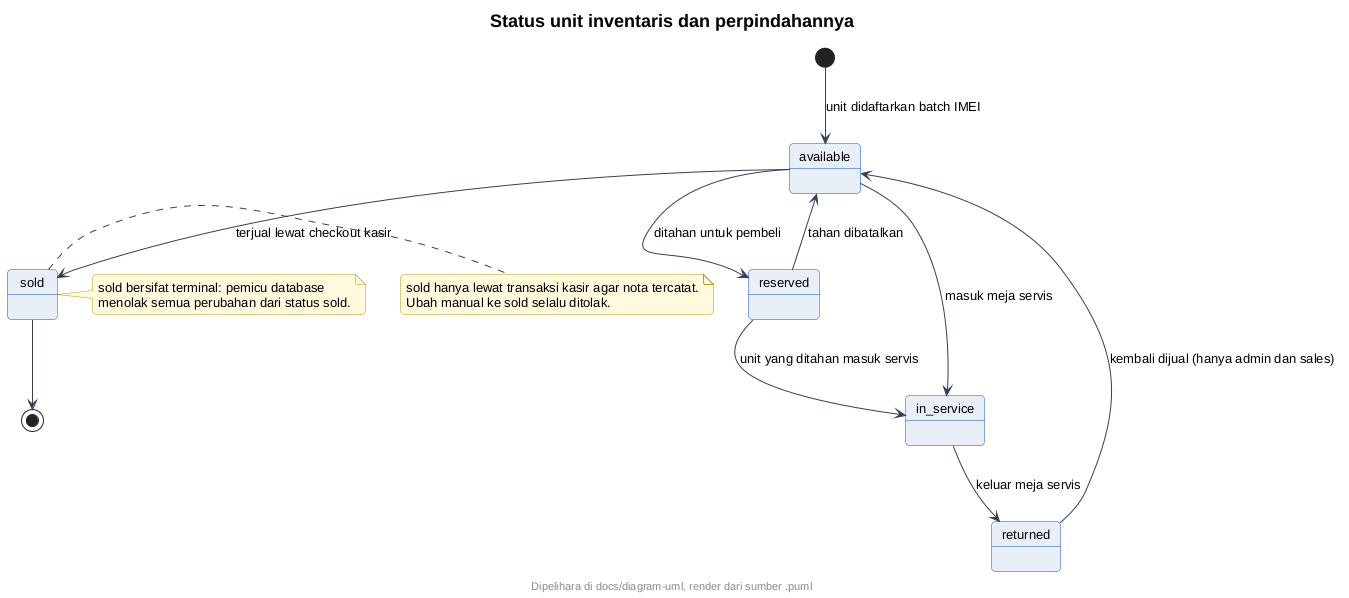
Above: docs/diagram-uml/bersama/state-status-unit.png in neiaki/KP (PlantUML), before the change. The source it was exported from:
```plantuml
@startuml
skinparam backgroundColor #FFFFFF
skinparam shadowing false
skinparam roundcorner 8
skinparam defaultFontName sans-serif
skinparam defaultFontSize 13
skinparam titleFontSize 18
skinparam titleFontStyle bold
skinparam headerFontSize 11
skinparam footerFontSize 11
skinparam noteBackgroundColor #FFF8DC
skinparam noteBorderColor #B89B00
skinparam actorBackgroundColor #E8EEF7
skinparam actorBorderColor #0B4ED8
skinparam participantBackgroundColor #E8EEF7
skinparam participantBorderColor #0B4ED8
skinparam usecaseBackgroundColor #E8EEF7
skinparam usecaseBorderColor #0B4ED8
skinparam classBackgroundColor #E8EEF7
skinparam classBorderColor #0B4ED8
skinparam objectBackgroundColor #EEF3FA
skinparam objectBorderColor #0B4ED8
skinparam activityBackgroundColor #E8EEF7
skinparam activityBorderColor #0B4ED8
skinparam activityDiamondBackgroundColor #FFFFFF
skinparam activityDiamondBorderColor #0B4ED8
skinparam stateBackgroundColor #E8EEF7
skinparam stateBorderColor #0B4ED8
skinparam stateStartColor #0B4ED8
skinparam stateEndColor #0B4ED8
skinparam componentBackgroundColor #E8EEF7
skinparam componentBorderColor #0B4ED8
skinparam cloudBackgroundColor #F2F5FA
skinparam cloudBorderColor #5B6B82
skinparam databaseBackgroundColor #E8EEF7
skinparam databaseBorderColor #0B4ED8
skinparam entityBackgroundColor #E8EEF7
skinparam entityBorderColor #0B4ED8
skinparam sequenceArrowColor #334155
skinparam sequenceLifeLineBorderColor #0B4ED8
skinparam sequenceParticipantBorderColor #0B4ED8
footer Dipelihara di docs/diagram-uml, render dari sumber .puml
title Status unit inventaris dan perpindahannya
[*] --> available : unit didaftarkan batch IMEI
available --> reserved : ditahan untuk pembeli
reserved --> available : tahan dibatalkan
available --> sold : terjual lewat checkout kasir
note right of sold
  sold hanya lewat transaksi kasir agar nota tercatat.
  Ubah manual ke sold selalu ditolak.
end note
available --> in_service : masuk meja servis
reserved --> in_service : unit yang ditahan masuk servis
in_service --> returned : keluar meja servis
returned --> available : kembali dijual (hanya admin dan sales)
sold --> [*]
note right of sold
  sold bersifat terminal: pemicu database
  menolak semua perubahan dari status sold.
end note
@enduml
```
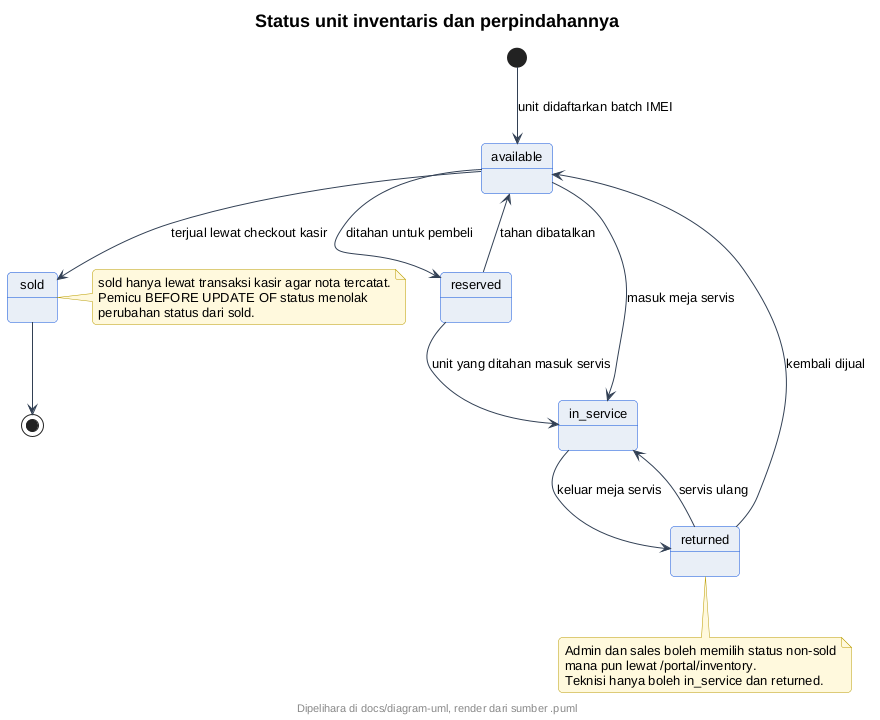
After the change.

Diff of the diagram source:
```diff
@@ -41,21 +41,31 @@
 skinparam sequenceParticipantBorderColor #0B4ED8
 footer Dipelihara di docs/diagram-uml, render dari sumber .puml
 title Status unit inventaris dan perpindahannya
+state "available" as available
+state "reserved" as reserved
+state "in_service" as in_service
+state "returned" as returned
+state "sold" as sold
+
 [*] --> available : unit didaftarkan batch IMEI
 available --> reserved : ditahan untuk pembeli
 reserved --> available : tahan dibatalkan
-available --> sold : terjual lewat checkout kasir
-note right of sold
-  sold hanya lewat transaksi kasir agar nota tercatat.
-  Ubah manual ke sold selalu ditolak.
-end note
 available --> in_service : masuk meja servis
 reserved --> in_service : unit yang ditahan masuk servis
 in_service --> returned : keluar meja servis
-returned --> available : kembali dijual (hanya admin dan sales)
+returned --> available : kembali dijual
+returned --> in_service : servis ulang
+available --> sold : terjual lewat checkout kasir
 sold --> [*]
+
 note right of sold
-  sold bersifat terminal: pemicu database
-  menolak semua perubahan dari status sold.
+  sold hanya lewat transaksi kasir agar nota tercatat.
+  Pemicu BEFORE UPDATE OF status menolak
+  perubahan status dari sold.
+end note
+note bottom of returned
+  Admin dan sales boleh memilih status non-sold
+  mana pun lewat /portal/inventory.
+  Teknisi hanya boleh in_service dan returned.
 end note
 @enduml
```
